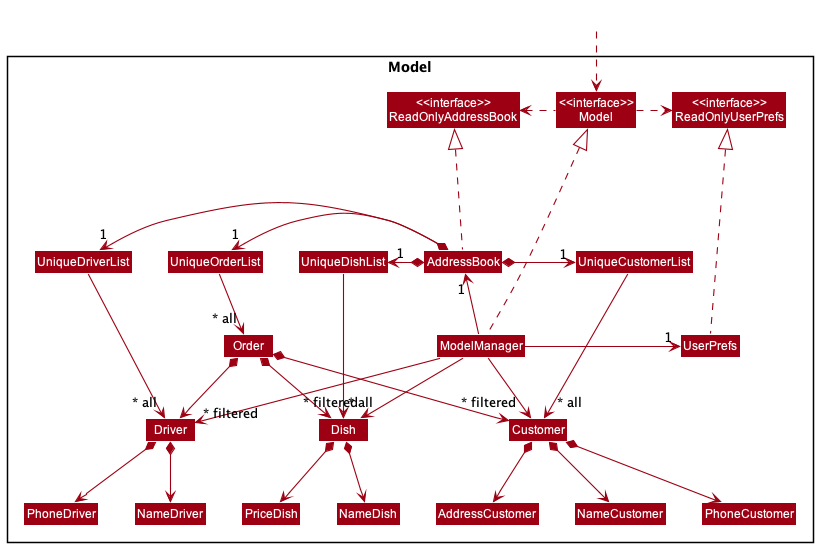
Earlier version of the PlantUML export docs/images/ModelClassDiagram.png (xzzz3/tp).
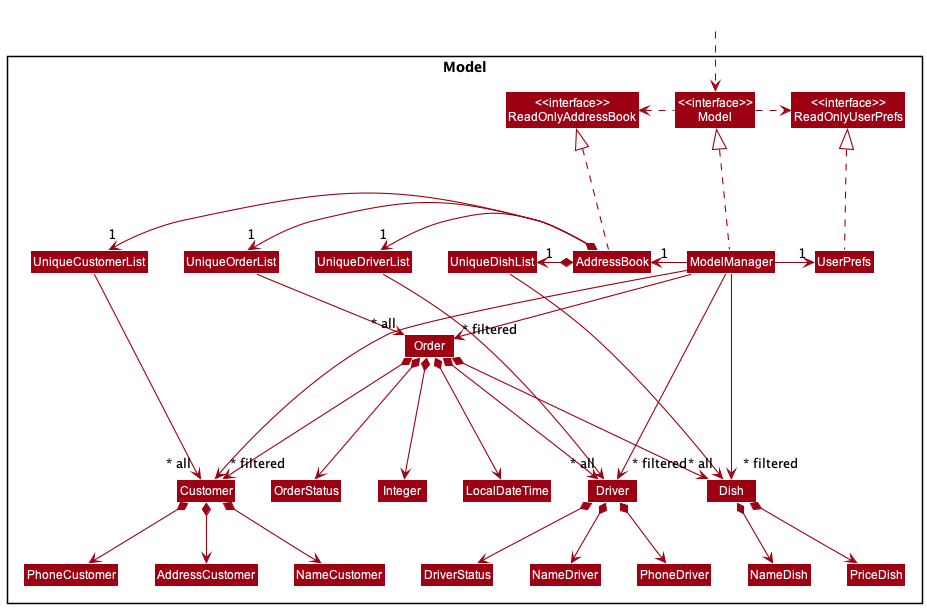
The same diagram one commit later.

Commit message:
Update model diagram and add links

The edit, as a diff of the source:
```diff
@@ -20,11 +20,15 @@
 
 Class UniqueOrderList
 Class Order
+Class OrderStatus
+Class Integer
+Class LocalDateTime
 
 Class UniqueDriverList
 Class Driver
 Class NameDriver
 Class PhoneDriver
+Class DriverStatus
 
 Class UniqueDishList
 Class Dish
@@ -42,7 +46,7 @@
 Model .left.> ReadOnlyAddressBook
 ModelManager -left-> "1" AddressBook
 ModelManager -right-> "1" UserPrefs
-UserPrefs ...up.|> ReadOnlyUserPrefs
+UserPrefs ..up.|> ReadOnlyUserPrefs
 
 AddressBook *-left-> "1" UniqueCustomerList
 UniqueCustomerList ---> " ~* all" Customer
@@ -52,14 +56,18 @@
 
 AddressBook *-left-> "1" UniqueOrderList
 UniqueOrderList --> "~* all" Order
-Order *--> Customer
-Order *--> Driver
-Order *--> Dish
+Order *---> Customer
+Order *---> Driver
+Order *---> Dish
+Order *---> LocalDateTime
+Order *---> Integer
+Order *---> OrderStatus
 
 AddressBook *-left-> "1" UniqueDriverList
 UniqueDriverList ---> "~* all" Driver
 Driver *--> NameDriver
 Driver *--> PhoneDriver
+Driver *--> DriverStatus
 
 AddressBook *-left-> "1" UniqueDishList
 UniqueDishList ---> "~* all" Dish
@@ -68,7 +76,8 @@
 
 NameCustomer -[hidden]right-> PhoneCustomer
 PhoneCustomer -[hidden]right-> AddressCustomer
-ModelManager -down->"~* filtered" Customer
-ModelManager -down->"~* filtered" Driver
-ModelManager -down->"~* filtered" Dish
+ModelManager -left-> "~* filtered" Customer
+ModelManager -->"~* filtered" Driver
+ModelManager -->"~* filtered" Dish
+ModelManager -->"~* filtered" Order
 @enduml
```
